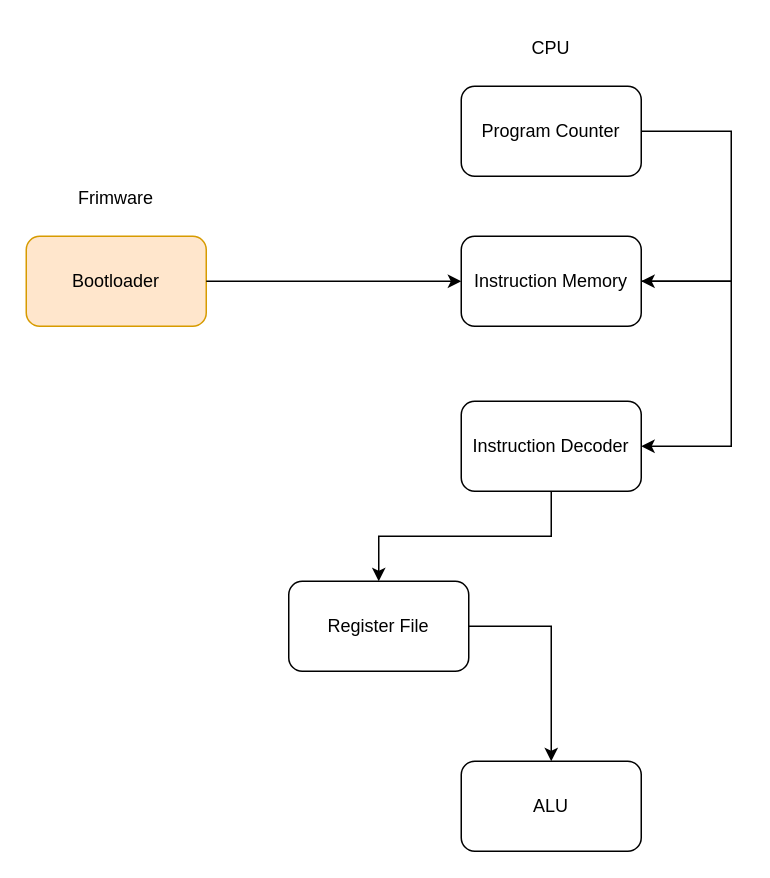
Before: Genesis.drawio in brilliantnarlo/system-design, a draw.io diagram. Source tidied: cells renumbered, new cells numbered last; positions are measured from the earlier drawing's top-left corner, leaving out a move shared by most shapes. Both pictures are drawn from the tidied source at 150%, with x=0, y=0 at pixel (26, 26).
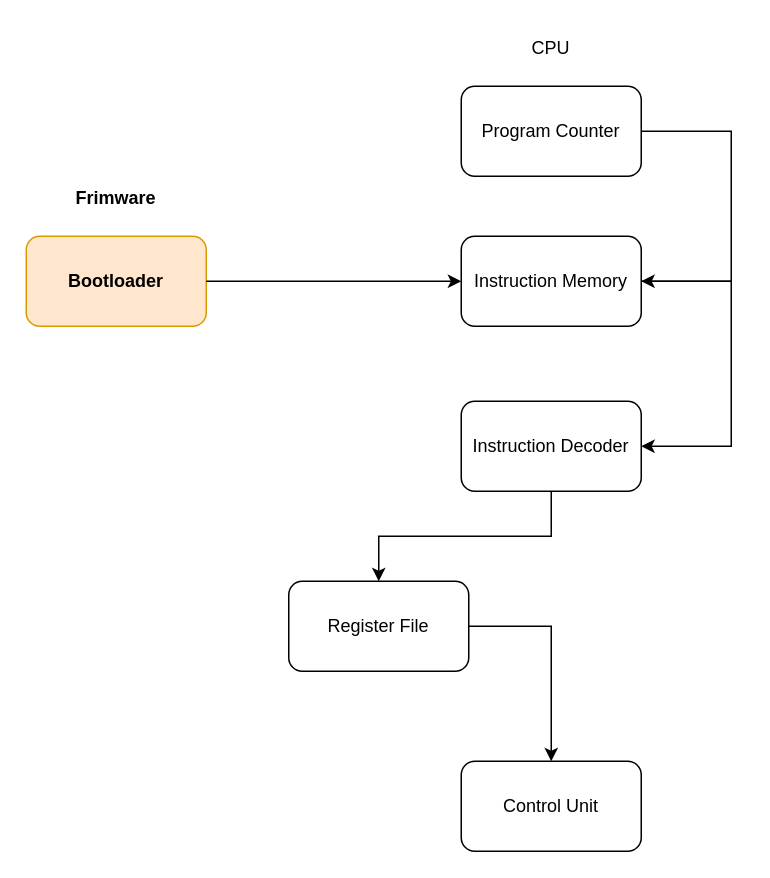
Above is the later version.

The edit, as a diff of the source:
```diff
@@
 <mxGraphModel>
   <root>
     <mxCell id="0" />
     <mxCell id="1" parent="0" />
     <mxCell id="2" value="Program Counter" style="rounded=1;whiteSpace=wrap;html=1;" parent="1" vertex="1">
       <mxGeometry x="290" y="40" width="120" height="60" as="geometry" />
     </mxCell>
-    <mxCell id="3" value="Bootloader" style="rounded=1;whiteSpace=wrap;html=1;fillColor=#ffe6cc;strokeColor=#d79b00;" parent="1" vertex="1">
+    <mxCell id="3" value="Bootloader" style="rounded=1;whiteSpace=wrap;html=1;fillColor=#ffe6cc;strokeColor=#d79b00;fontStyle=1;" parent="1" vertex="1">
       <mxGeometry y="140" width="120" height="60" as="geometry" />
     </mxCell>
     <mxCell id="4" value="CPU" style="text;html=1;whiteSpace=wrap;strokeColor=none;fillColor=none;align=center;verticalAlign=middle;rounded=0;" parent="1" vertex="1">
       <mxGeometry x="320" width="60" height="30" as="geometry" />
     </mxCell>
-    <mxCell id="5" value="Frimware" style="text;html=1;whiteSpace=wrap;strokeColor=none;fillColor=none;align=center;verticalAlign=middle;rounded=0;" parent="1" vertex="1">
+    <mxCell id="5" value="Frimware" style="text;html=1;whiteSpace=wrap;strokeColor=none;fillColor=none;align=center;verticalAlign=middle;rounded=0;fontStyle=1;" parent="1" vertex="1">
       <mxGeometry x="30" y="100" width="60" height="30" as="geometry" />
     </mxCell>
     <mxCell id="6" value="Instruction Memory" style="rounded=1;whiteSpace=wrap;html=1;" parent="1" vertex="1">
       <mxGeometry x="290" y="140" width="120" height="60" as="geometry" />
     </mxCell>
     <mxCell id="7" value="Instruction Decoder" style="rounded=1;whiteSpace=wrap;html=1;" parent="1" vertex="1">
       <mxGeometry x="290" y="250" width="120" height="60" as="geometry" />
     </mxCell>
     <mxCell id="8" style="endArrow=classic;html=1;rounded=0;exitX=1;exitY=0.5;exitDx=0;exitDy=0;entryX=1;entryY=0.5;entryDx=0;entryDy=0;edgeStyle=orthogonalEdgeStyle;" parent="1" edge="1" source="2" target="6">
       <mxGeometry relative="1" as="geometry">
         <Array as="points">
           <mxPoint x="470" y="70" />
           <mxPoint x="470" y="170" />
         </Array>
       </mxGeometry>
     </mxCell>
     <mxCell id="9" style="endArrow=classic;html=1;rounded=0;exitX=1;exitY=0.5;exitDx=0;exitDy=0;entryX=1;entryY=0.5;entryDx=0;entryDy=0;edgeStyle=orthogonalEdgeStyle;" parent="1" edge="1" source="6" target="7">
       <mxGeometry relative="1" as="geometry">
         <Array as="points">
           <mxPoint x="470" y="170" />
           <mxPoint x="470" y="280" />
         </Array>
       </mxGeometry>
     </mxCell>
     <mxCell id="10" style="endArrow=classic;html=1;rounded=0;exitX=1;exitY=0.5;exitDx=0;exitDy=0;entryX=0;entryY=0.5;entryDx=0;entryDy=0;" parent="1" edge="1" source="3" target="6">
       <mxGeometry relative="1" as="geometry" />
     </mxCell>
     <mxCell id="11" value="Register File" style="rounded=1;whiteSpace=wrap;html=1;" parent="1" vertex="1">
       <mxGeometry x="175" y="370" width="120" height="60" as="geometry" />
     </mxCell>
-    <mxCell id="12" value="ALU" style="rounded=1;whiteSpace=wrap;html=1;" parent="1" vertex="1">
+    <mxCell id="12" value="Control Unit" style="rounded=1;whiteSpace=wrap;html=1;" parent="1" vertex="1">
       <mxGeometry x="290" y="490" width="120" height="60" as="geometry" />
     </mxCell>
     <mxCell id="13" style="endArrow=classic;html=1;rounded=0;exitX=0.5;exitY=1;exitDx=0;exitDy=0;entryX=0.5;entryY=0;entryDx=0;entryDy=0;edgeStyle=orthogonalEdgeStyle;" parent="1" edge="1" source="7" target="11">
       <mxGeometry relative="1" as="geometry" />
     </mxCell>
     <mxCell id="14" style="endArrow=classic;html=1;rounded=0;exitX=1;exitY=0.5;exitDx=0;exitDy=0;entryX=0.5;entryY=0;entryDx=0;entryDy=0;edgeStyle=orthogonalEdgeStyle;" parent="1" edge="1" source="11" target="12">
       <mxGeometry relative="1" as="geometry" />
     </mxCell>
   </root>
 </mxGraphModel>
```
